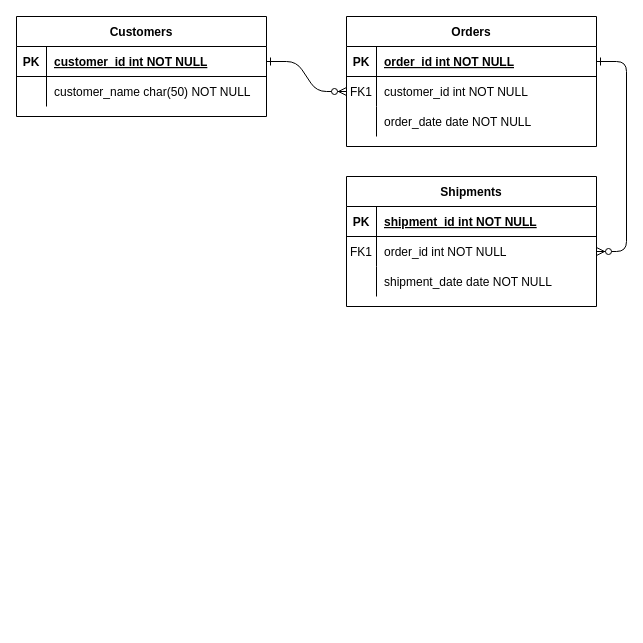
Above: Untitled Diagram.drawio in Wadprog/small-loan-application (draw.io), before the change. Source tidied: cells renumbered, new cells numbered last; positions are measured from the earlier drawing's top-left corner, leaving out a move shared by most shapes. Both pictures are drawn from the tidied source at 100%, with x=0, y=0 at pixel (16, 16).
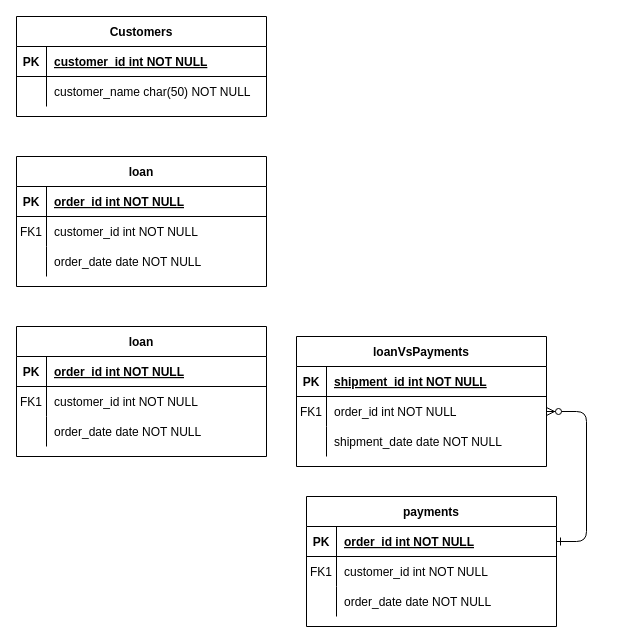
Above is the later version.

Commit message:
Update database diagram Diagram.drawio

Unchanged cells that the change refers to:
```xml
<mxCell id="8" style="shape=partialRectangle;fillColor=none;points=[[0,0.5],[1,0.5]];portConstraint=eastwest;top=0;left=0;right=0;bottom=0;" parent="4" vertex="1">
  <mxGeometry y="60" width="250" height="30" as="geometry" />
</mxCell>
<mxCell id="25" style="shape=partialRectangle;fillColor=none;points=[[0,0.5],[1,0.5]];portConstraint=eastwest;top=0;left=0;right=0;bottom=1;" parent="24" vertex="1">
  <mxGeometry y="30" width="250" height="30" as="geometry" />
</mxCell>
```

Diff of the diagram source:
```diff
@@
-    <mxCell id="2" style="edgeStyle=entityRelationEdgeStyle;endArrow=ERzeroToMany;startArrow=ERone;endFill=1;startFill=0;" parent="1" edge="1" source="25" target="8">
-      <mxGeometry relative="1" as="geometry" />
-    </mxCell>
@@
-    <mxCell id="4" value="Orders" style="shape=table;startSize=30;childLayout=tableLayout;rowLines=0;fontStyle=1;align=center;" parent="1" vertex="1">
-      <mxGeometry x="330" width="250" height="130" as="geometry" />
+    <mxCell id="4" value="payments" style="shape=table;startSize=30;childLayout=tableLayout;rowLines=0;fontStyle=1;align=center;" parent="1" vertex="1">
+      <mxGeometry x="290" y="480" width="250" height="130" as="geometry" />
     </mxCell>
@@
-    <mxCell id="14" value="Shipments" style="shape=table;startSize=30;childLayout=tableLayout;rowLines=0;fontStyle=1;align=center;" parent="1" vertex="1">
-      <mxGeometry x="330" y="160" width="250" height="130" as="geometry" />
+    <mxCell id="14" value="loanVsPayments" style="shape=table;startSize=30;childLayout=tableLayout;rowLines=0;fontStyle=1;align=center;" parent="1" vertex="1">
+      <mxGeometry x="280" y="320" width="250" height="130" as="geometry" />
     </mxCell>
@@
+    <mxCell id="31" value="loan" style="shape=table;startSize=30;childLayout=tableLayout;rowLines=0;fontStyle=1;align=center;" parent="1" vertex="1">
+      <mxGeometry y="140" width="250" height="130" as="geometry" />
+    </mxCell>
+    <mxCell id="32" style="shape=partialRectangle;fillColor=none;top=0;left=0;right=0;bottom=1;" parent="31" vertex="1">
+      <mxGeometry y="30" width="250" height="30" as="geometry" />
+    </mxCell>
+    <mxCell id="33" value="PK" style="shape=partialRectangle;overflow=hidden;fillColor=none;top=0;left=0;bottom=0;right=0;fontStyle=1;" parent="32" vertex="1">
+      <mxGeometry width="30" height="30" as="geometry" />
+    </mxCell>
+    <mxCell id="34" value="order_id int NOT NULL " style="shape=partialRectangle;overflow=hidden;fillColor=none;top=0;left=0;bottom=0;right=0;align=left;spacingLeft=6;fontStyle=5;" parent="32" vertex="1">
+      <mxGeometry x="30" width="220" height="30" as="geometry" />
+    </mxCell>
+    <mxCell id="35" style="shape=partialRectangle;fillColor=none;top=0;left=0;right=0;bottom=0;" parent="31" vertex="1">
+      <mxGeometry y="60" width="250" height="30" as="geometry" />
+    </mxCell>
+    <mxCell id="36" value="FK1" style="shape=partialRectangle;overflow=hidden;fillColor=none;top=0;left=0;bottom=0;right=0;" parent="35" vertex="1">
+      <mxGeometry width="30" height="30" as="geometry" />
+    </mxCell>
+    <mxCell id="37" value="customer_id int NOT NULL" style="shape=partialRectangle;overflow=hidden;fillColor=none;top=0;left=0;bottom=0;right=0;align=left;spacingLeft=6;" parent="35" vertex="1">
+      <mxGeometry x="30" width="220" height="30" as="geometry" />
+    </mxCell>
+    <mxCell id="38" style="shape=partialRectangle;fillColor=none;top=0;left=0;right=0;bottom=0;" parent="31" vertex="1">
+      <mxGeometry y="90" width="250" height="30" as="geometry" />
+    </mxCell>
+    <mxCell id="39" style="shape=partialRectangle;overflow=hidden;fillColor=none;top=0;left=0;bottom=0;right=0;" parent="38" vertex="1">
+      <mxGeometry width="30" height="30" as="geometry" />
+    </mxCell>
+    <mxCell id="40" value="order_date date NOT NULL" style="shape=partialRectangle;overflow=hidden;fillColor=none;top=0;left=0;bottom=0;right=0;align=left;spacingLeft=6;" parent="38" vertex="1">
+      <mxGeometry x="30" width="220" height="30" as="geometry" />
+    </mxCell>
+    <mxCell id="41" value="loan" style="shape=table;startSize=30;childLayout=tableLayout;rowLines=0;fontStyle=1;align=center;" parent="1" vertex="1">
+      <mxGeometry y="310" width="250" height="130" as="geometry" />
+    </mxCell>
+    <mxCell id="42" style="shape=partialRectangle;fillColor=none;top=0;left=0;right=0;bottom=1;" parent="41" vertex="1">
+      <mxGeometry y="30" width="250" height="30" as="geometry" />
+    </mxCell>
+    <mxCell id="43" value="PK" style="shape=partialRectangle;overflow=hidden;fillColor=none;top=0;left=0;bottom=0;right=0;fontStyle=1;" parent="42" vertex="1">
+      <mxGeometry width="30" height="30" as="geometry" />
+    </mxCell>
+    <mxCell id="44" value="order_id int NOT NULL " style="shape=partialRectangle;overflow=hidden;fillColor=none;top=0;left=0;bottom=0;right=0;align=left;spacingLeft=6;fontStyle=5;" parent="42" vertex="1">
+      <mxGeometry x="30" width="220" height="30" as="geometry" />
+    </mxCell>
+    <mxCell id="45" style="shape=partialRectangle;fillColor=none;top=0;left=0;right=0;bottom=0;" parent="41" vertex="1">
+      <mxGeometry y="60" width="250" height="30" as="geometry" />
+    </mxCell>
+    <mxCell id="46" value="FK1" style="shape=partialRectangle;overflow=hidden;fillColor=none;top=0;left=0;bottom=0;right=0;" parent="45" vertex="1">
+      <mxGeometry width="30" height="30" as="geometry" />
+    </mxCell>
+    <mxCell id="47" value="customer_id int NOT NULL" style="shape=partialRectangle;overflow=hidden;fillColor=none;top=0;left=0;bottom=0;right=0;align=left;spacingLeft=6;" parent="45" vertex="1">
+      <mxGeometry x="30" width="220" height="30" as="geometry" />
+    </mxCell>
+    <mxCell id="48" style="shape=partialRectangle;fillColor=none;top=0;left=0;right=0;bottom=0;" parent="41" vertex="1">
+      <mxGeometry y="90" width="250" height="30" as="geometry" />
+    </mxCell>
+    <mxCell id="49" style="shape=partialRectangle;overflow=hidden;fillColor=none;top=0;left=0;bottom=0;right=0;" parent="48" vertex="1">
+      <mxGeometry width="30" height="30" as="geometry" />
+    </mxCell>
+    <mxCell id="50" value="order_date date NOT NULL" style="shape=partialRectangle;overflow=hidden;fillColor=none;top=0;left=0;bottom=0;right=0;align=left;spacingLeft=6;" parent="48" vertex="1">
+      <mxGeometry x="30" width="220" height="30" as="geometry" />
+    </mxCell>
```
